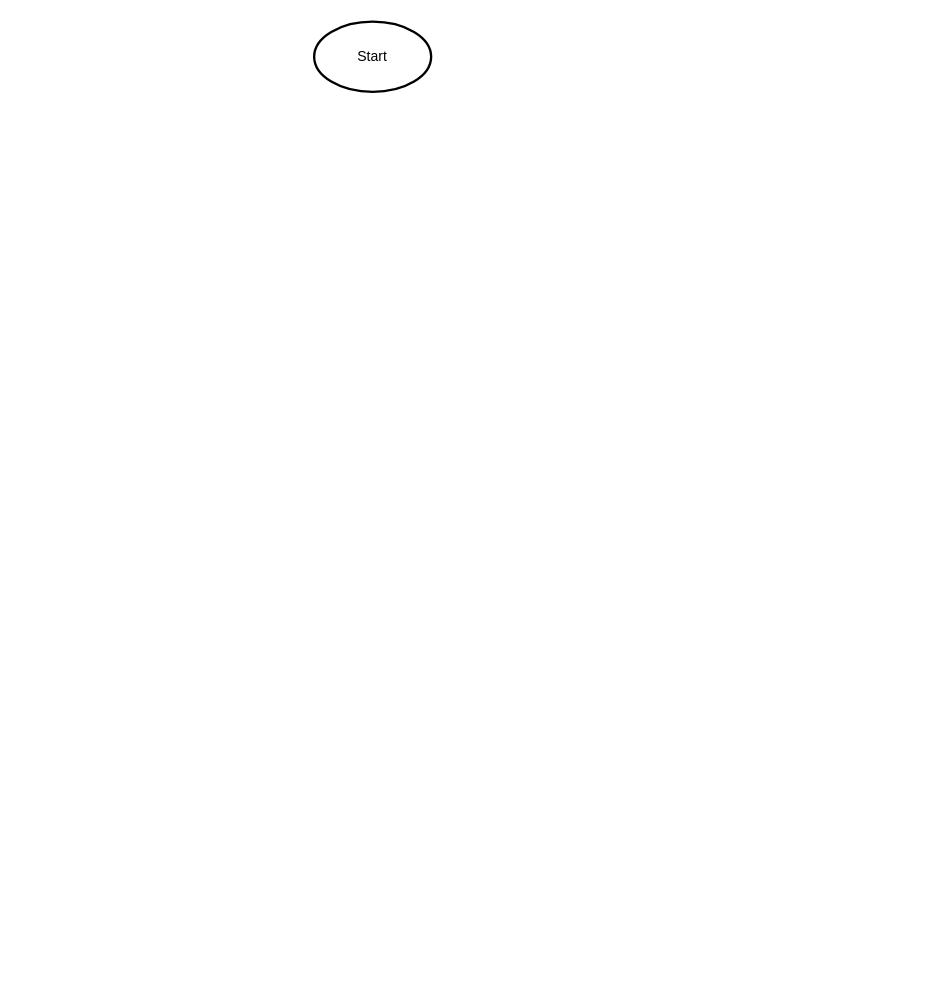
Above: flowchart.drawio in LeggyBoiTim/inventarissysteem (draw.io), before the change. Source tidied: cells renumbered, new cells numbered last; positions are measured from the earlier drawing's top-left corner, leaving out a move shared by most shapes. Both pictures are drawn from the tidied source at 117%, with x=0, y=0 at pixel (314, 21).
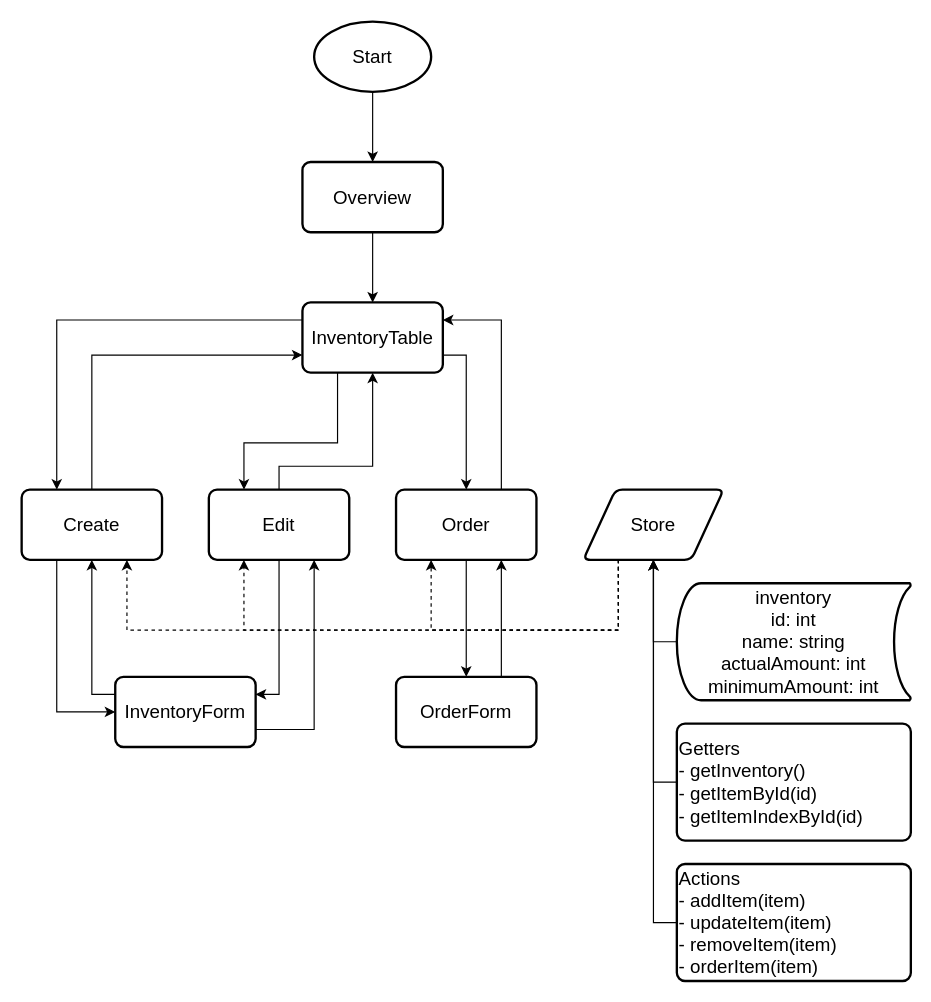
Above is the later version.

The edit, as a diff of the source:
```diff
@@
+    <mxCell id="3" style="edgeStyle=orthogonalEdgeStyle;rounded=0;jettySize=auto;html=1;entryX=0.5;entryY=0;entryDx=0;entryDy=0;exitX=0.5;exitY=1;exitDx=0;exitDy=0;" parent="1" edge="1" source="27" target="7">
+      <mxGeometry relative="1" as="geometry" />
+    </mxCell>
-    <mxCell id="2" value="Start" style="strokeWidth=2;html=1;shape=mxgraph.flowchart.start_1;whiteSpace=wrap;" parent="1" vertex="1">
+    <mxCell id="2" value="Start" style="strokeWidth=2;html=1;shape=mxgraph.flowchart.start_1;whiteSpace=wrap;fontSize=16;" parent="1" vertex="1">
       <mxGeometry width="100" height="60" as="geometry" />
     </mxCell>
+    <mxCell id="4" style="edgeStyle=orthogonalEdgeStyle;rounded=0;jettySize=auto;html=1;exitX=0;exitY=0.25;exitDx=0;exitDy=0;entryX=0.25;entryY=0;entryDx=0;entryDy=0;" parent="1" edge="1" source="7" target="10">
+      <mxGeometry relative="1" as="geometry" />
+    </mxCell>
+    <mxCell id="5" style="edgeStyle=orthogonalEdgeStyle;rounded=0;jettySize=auto;html=1;exitX=0.25;exitY=1;exitDx=0;exitDy=0;entryX=0.25;entryY=0;entryDx=0;entryDy=0;" parent="1" edge="1" source="7" target="13">
+      <mxGeometry relative="1" as="geometry">
+        <Array as="points">
+          <mxPoint x="20" y="360" />
+          <mxPoint x="-60" y="360" />
+        </Array>
+      </mxGeometry>
+    </mxCell>
+    <mxCell id="6" style="edgeStyle=orthogonalEdgeStyle;rounded=0;jettySize=auto;html=1;exitX=1;exitY=0.75;exitDx=0;exitDy=0;entryX=0.5;entryY=0;entryDx=0;entryDy=0;" parent="1" edge="1" source="7" target="16">
+      <mxGeometry relative="1" as="geometry" />
+    </mxCell>
+    <mxCell id="7" value="InventoryTable" style="shape=label;html=1;strokeWidth=2;whiteSpace=wrap;rounded=1;arcSize=14;size=0.23;fontSize=16;absoluteArcSize=1;" parent="1" vertex="1">
+      <mxGeometry x="-10" y="240" width="120" height="60" as="geometry" />
+    </mxCell>
+    <mxCell id="8" style="edgeStyle=orthogonalEdgeStyle;rounded=0;jettySize=auto;html=1;exitX=0.5;exitY=0;exitDx=0;exitDy=0;entryX=0;entryY=0.75;entryDx=0;entryDy=0;" parent="1" edge="1" source="10" target="7">
+      <mxGeometry relative="1" as="geometry">
+        <Array as="points">
+          <mxPoint x="-190" y="285" />
+        </Array>
+      </mxGeometry>
+    </mxCell>
+    <mxCell id="9" style="edgeStyle=orthogonalEdgeStyle;rounded=0;jettySize=auto;html=1;exitX=0.25;exitY=1;exitDx=0;exitDy=0;entryX=0;entryY=0.5;entryDx=0;entryDy=0;" parent="1" edge="1" source="10" target="25">
+      <mxGeometry relative="1" as="geometry" />
+    </mxCell>
+    <mxCell id="10" value="Create" style="shape=label;html=1;strokeWidth=2;whiteSpace=wrap;rounded=1;arcSize=14;size=0.23;fontSize=16;absoluteArcSize=1;" parent="1" vertex="1">
+      <mxGeometry x="-250" y="400" width="120" height="60" as="geometry" />
+    </mxCell>
+    <mxCell id="11" style="edgeStyle=orthogonalEdgeStyle;rounded=0;jettySize=auto;html=1;exitX=0.5;exitY=0;exitDx=0;exitDy=0;entryX=0.5;entryY=1;entryDx=0;entryDy=0;" parent="1" edge="1" source="13" target="7">
+      <mxGeometry relative="1" as="geometry">
+        <Array as="points">
+          <mxPoint x="-30" y="380" />
+          <mxPoint x="50" y="380" />
+        </Array>
+      </mxGeometry>
+    </mxCell>
+    <mxCell id="12" style="edgeStyle=orthogonalEdgeStyle;rounded=0;jettySize=auto;html=1;exitX=0.5;exitY=1;exitDx=0;exitDy=0;entryX=1;entryY=0.25;entryDx=0;entryDy=0;" parent="1" edge="1" source="13" target="25">
+      <mxGeometry relative="1" as="geometry" />
+    </mxCell>
+    <mxCell id="13" value="Edit" style="shape=label;html=1;strokeWidth=2;whiteSpace=wrap;rounded=1;arcSize=14;size=0.23;fontSize=16;absoluteArcSize=1;" parent="1" vertex="1">
+      <mxGeometry x="-90" y="400" width="120" height="60" as="geometry" />
+    </mxCell>
+    <mxCell id="14" style="edgeStyle=orthogonalEdgeStyle;rounded=0;jettySize=auto;html=1;exitX=0.75;exitY=0;exitDx=0;exitDy=0;entryX=1;entryY=0.25;entryDx=0;entryDy=0;" parent="1" edge="1" source="16" target="7">
+      <mxGeometry relative="1" as="geometry" />
+    </mxCell>
+    <mxCell id="15" style="edgeStyle=orthogonalEdgeStyle;rounded=0;jettySize=auto;html=1;exitX=0.5;exitY=1;exitDx=0;exitDy=0;entryX=0.5;entryY=0;entryDx=0;entryDy=0;" parent="1" edge="1" source="16" target="29">
+      <mxGeometry relative="1" as="geometry" />
+    </mxCell>
+    <mxCell id="16" value="Order" style="shape=label;html=1;strokeWidth=2;whiteSpace=wrap;rounded=1;arcSize=14;size=0.23;fontSize=16;absoluteArcSize=1;" parent="1" vertex="1">
+      <mxGeometry x="70" y="400" width="120" height="60" as="geometry" />
+    </mxCell>
+    <mxCell id="17" style="edgeStyle=orthogonalEdgeStyle;rounded=0;jettySize=auto;html=1;exitX=0;exitY=0.5;exitDx=0;exitDy=0;" parent="1" edge="1" source="18">
+      <mxGeometry relative="1" as="geometry">
+        <mxPoint x="290" y="460" as="targetPoint" />
+      </mxGeometry>
+    </mxCell>
+    <mxCell id="18" value="Getters&lt;div&gt;- getInventory()&lt;/div&gt;&lt;div&gt;- getItemById(id)&lt;span style=&quot;white-space: pre;&quot;&gt;&lt;span style=&quot;white-space: pre;&quot;&gt;&#9;&lt;/span&gt;&lt;/span&gt;&lt;/div&gt;&lt;div&gt;- getItemIndexById(id)&lt;br&gt;&lt;/div&gt;" style="shape=label;whiteSpace=wrap;html=1;dx=130;dy=20;rounded=1;arcSize=14;strokeWidth=2;align=left;fontSize=16;absoluteArcSize=1;" parent="1" vertex="1">
+      <mxGeometry x="310" y="600" width="200" height="100" as="geometry" />
+    </mxCell>
+    <mxCell id="19" style="edgeStyle=orthogonalEdgeStyle;rounded=0;jettySize=auto;html=1;exitX=0;exitY=0.5;exitDx=0;exitDy=0;exitPerimeter=0;entryX=0.5;entryY=1;entryDx=0;entryDy=0;" parent="1" edge="1" source="20" target="33">
+      <mxGeometry relative="1" as="geometry" />
+    </mxCell>
+    <mxCell id="20" value="inventory&lt;div&gt;&lt;span style=&quot;background-color: transparent; color: light-dark(rgb(0, 0, 0), rgb(255, 255, 255));&quot;&gt;id: int&lt;/span&gt;&lt;div&gt;name: string&lt;/div&gt;&lt;div&gt;&lt;span style=&quot;background-color: transparent; color: light-dark(rgb(0, 0, 0), rgb(255, 255, 255));&quot;&gt;actualAmount: int&lt;/span&gt;&lt;/div&gt;&lt;div&gt;&lt;span style=&quot;background-color: transparent; color: light-dark(rgb(0, 0, 0), rgb(255, 255, 255));&quot;&gt;minimumAmount: int&lt;/span&gt;&lt;/div&gt;&lt;/div&gt;" style="shape=mxgraph.flowchart.stored_data;html=1;strokeWidth=2;whiteSpace=wrap;rounded=1;arcSize=12;size=0.23;fontSize=16;" parent="1" vertex="1">
+      <mxGeometry x="310" y="480" width="200" height="100" as="geometry" />
+    </mxCell>
+    <mxCell id="21" style="edgeStyle=orthogonalEdgeStyle;rounded=0;jettySize=auto;html=1;exitX=0;exitY=0.5;exitDx=0;exitDy=0;" parent="1" edge="1" source="22">
+      <mxGeometry relative="1" as="geometry">
+        <mxPoint x="290" y="460" as="targetPoint" />
+      </mxGeometry>
+    </mxCell>
+    <mxCell id="22" value="Actions&lt;div&gt;- addItem(item)&lt;/div&gt;&lt;div&gt;- updateItem(item)&lt;span style=&quot;white-space: pre;&quot;&gt;&lt;span style=&quot;white-space: pre;&quot;&gt;&#9;&lt;/span&gt;&lt;/span&gt;&lt;/div&gt;&lt;div&gt;- removeItem(item)&lt;br&gt;&lt;/div&gt;&lt;div&gt;- orderItem(item)&lt;/div&gt;" style="shape=label;whiteSpace=wrap;html=1;dx=130;dy=20;rounded=1;arcSize=14;strokeWidth=2;align=left;fontSize=16;absoluteArcSize=1;" parent="1" vertex="1">
+      <mxGeometry x="310" y="720" width="200" height="100" as="geometry" />
+    </mxCell>
+    <mxCell id="23" style="edgeStyle=orthogonalEdgeStyle;rounded=0;jettySize=auto;html=1;entryX=0.5;entryY=1;entryDx=0;entryDy=0;exitX=0;exitY=0.25;exitDx=0;exitDy=0;" parent="1" edge="1" source="25" target="10">
+      <mxGeometry relative="1" as="geometry" />
+    </mxCell>
+    <mxCell id="24" style="edgeStyle=orthogonalEdgeStyle;rounded=0;jettySize=auto;html=1;exitX=1;exitY=0.75;exitDx=0;exitDy=0;entryX=0.75;entryY=1;entryDx=0;entryDy=0;" parent="1" edge="1" source="25" target="13">
+      <mxGeometry relative="1" as="geometry" />
+    </mxCell>
+    <mxCell id="25" value="InventoryForm" style="shape=label;html=1;strokeWidth=2;whiteSpace=wrap;rounded=1;arcSize=14;size=0.23;fontSize=16;absoluteArcSize=1;" parent="1" vertex="1">
+      <mxGeometry x="-170" y="560" width="120" height="60" as="geometry" />
+    </mxCell>
+    <mxCell id="26" style="edgeStyle=orthogonalEdgeStyle;rounded=0;jettySize=auto;html=1;entryX=0.5;entryY=0;entryDx=0;entryDy=0;" parent="1" edge="1" source="2" target="27">
+      <mxGeometry relative="1" as="geometry" />
+    </mxCell>
+    <mxCell id="27" value="Overview" style="shape=label;html=1;strokeWidth=2;whiteSpace=wrap;rounded=1;arcSize=14;size=0.23;fontSize=16;absoluteArcSize=1;" parent="1" vertex="1">
+      <mxGeometry x="-10" y="120" width="120" height="60" as="geometry" />
+    </mxCell>
+    <mxCell id="28" style="edgeStyle=orthogonalEdgeStyle;rounded=0;jettySize=auto;html=1;exitX=0.75;exitY=0;exitDx=0;exitDy=0;entryX=0.75;entryY=1;entryDx=0;entryDy=0;" parent="1" edge="1" source="29" target="16">
+      <mxGeometry relative="1" as="geometry" />
+    </mxCell>
+    <mxCell id="29" value="OrderForm" style="shape=label;html=1;strokeWidth=2;whiteSpace=wrap;rounded=1;arcSize=14;size=0.23;fontSize=16;absoluteArcSize=1;" parent="1" vertex="1">
+      <mxGeometry x="70" y="560" width="120" height="60" as="geometry" />
+    </mxCell>
+    <mxCell id="30" style="edgeStyle=orthogonalEdgeStyle;rounded=0;jettySize=auto;html=1;exitX=0.25;exitY=1;exitDx=0;exitDy=0;entryX=0.25;entryY=1;entryDx=0;entryDy=0;dashed=1;" parent="1" edge="1" source="33" target="16">
+      <mxGeometry relative="1" as="geometry">
+        <Array as="points">
+          <mxPoint x="260" y="520" />
+          <mxPoint x="100" y="520" />
+        </Array>
+      </mxGeometry>
+    </mxCell>
+    <mxCell id="31" style="edgeStyle=orthogonalEdgeStyle;rounded=0;jettySize=auto;html=1;exitX=0.25;exitY=1;exitDx=0;exitDy=0;entryX=0.25;entryY=1;entryDx=0;entryDy=0;dashed=1;" parent="1" edge="1" source="33" target="13">
+      <mxGeometry relative="1" as="geometry">
+        <Array as="points">
+          <mxPoint x="260" y="520" />
+          <mxPoint x="-60" y="520" />
+        </Array>
+      </mxGeometry>
+    </mxCell>
+    <mxCell id="32" style="edgeStyle=orthogonalEdgeStyle;rounded=0;jettySize=auto;html=1;exitX=0.25;exitY=1;exitDx=0;exitDy=0;entryX=0.75;entryY=1;entryDx=0;entryDy=0;dashed=1;" parent="1" edge="1" source="33" target="10">
+      <mxGeometry relative="1" as="geometry">
+        <Array as="points">
+          <mxPoint x="260" y="520" />
+          <mxPoint x="-160" y="520" />
+        </Array>
+      </mxGeometry>
+    </mxCell>
+    <mxCell id="33" value="Store" style="shape=parallelogram;html=1;strokeWidth=2;perimeter=parallelogramPerimeter;whiteSpace=wrap;rounded=1;arcSize=12;size=0.23;fontSize=16;" parent="1" vertex="1">
+      <mxGeometry x="230" y="400" width="120" height="60" as="geometry" />
+    </mxCell>
```
